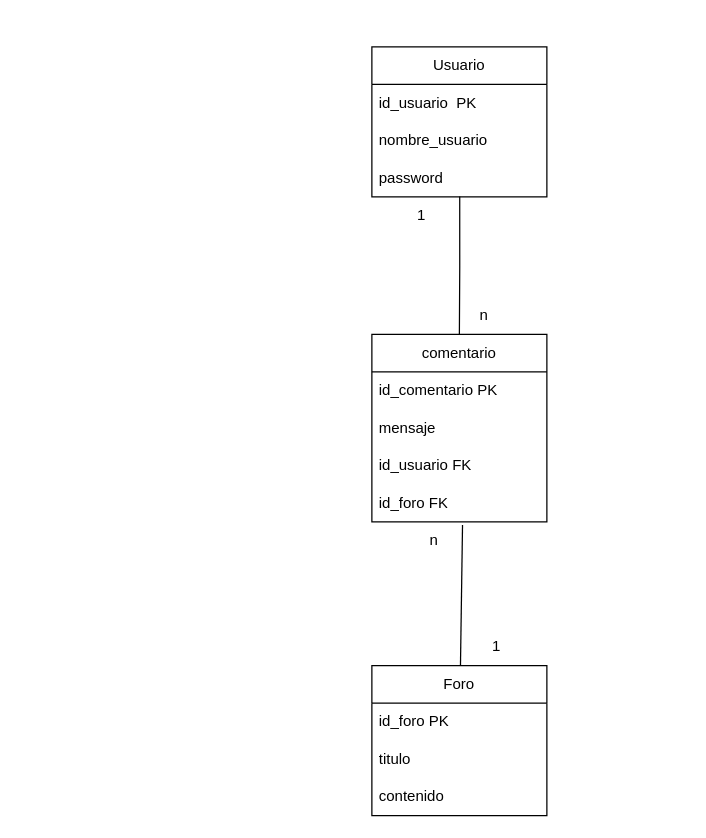
The draw.io diagram Proyecto_Ruben.drawio in PedroDuarte49/Ferrol-ApiRest, before the edit. Source tidied: cells renumbered, new cells numbered last; positions are measured from the earlier drawing's top-left corner, leaving out a move shared by most shapes. Both pictures are drawn from the tidied source at 125%, with x=0, y=0 at pixel (371, 46).
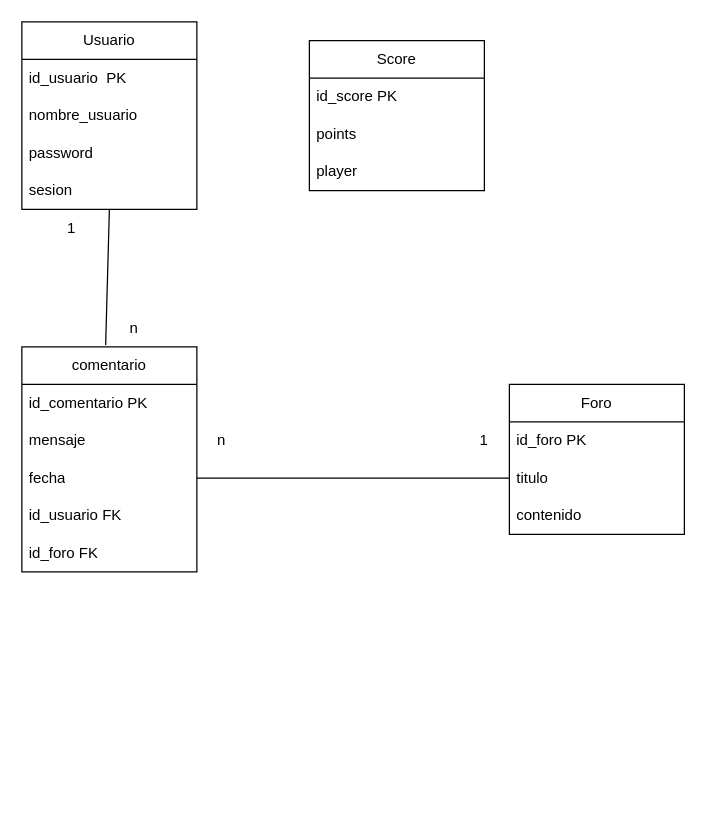
Above is the later version.

The change refers to these unchanged cells:
```xml
<mxCell id="5" value="password" style="text;strokeColor=none;fillColor=none;align=left;verticalAlign=middle;spacingLeft=4;spacingRight=4;overflow=hidden;points=[[0,0.5],[1,0.5]];portConstraint=eastwest;whiteSpace=wrap;html=1;" parent="2" vertex="1">
  <mxGeometry y="90" width="140" height="30" as="geometry" />
</mxCell>
<mxCell id="13" value="titulo" style="text;strokeColor=none;fillColor=none;align=left;verticalAlign=middle;spacingLeft=4;spacingRight=4;overflow=hidden;points=[[0,0.5],[1,0.5]];portConstraint=eastwest;whiteSpace=wrap;html=1;" parent="11" vertex="1">
  <mxGeometry y="60" width="140" height="30" as="geometry" />
</mxCell>
```

Diff of the diagram source:
```diff
@@
-<mxGraphModel background="#ffffff">
+<mxGraphModel>
@@
     <mxCell id="2" value="Usuario" style="swimlane;fontStyle=0;horizontal=1;startSize=30;whiteSpace=wrap;html=1;" parent="1" vertex="1">
-      <mxGeometry width="140" height="120" as="geometry" />
+      <mxGeometry x="-280" y="-20" width="140" height="150" as="geometry" />
     </mxCell>
@@
+    <mxCell id="21" value="sesion" style="text;strokeColor=none;fillColor=none;align=left;verticalAlign=middle;spacingLeft=4;spacingRight=4;overflow=hidden;whiteSpace=wrap;html=1;" parent="2" vertex="1">
+      <mxGeometry y="120" width="140" height="30" as="geometry" />
+    </mxCell>
     <mxCell id="6" value="comentario" style="swimlane;fontStyle=0;horizontal=1;startSize=30;whiteSpace=wrap;html=1;" parent="1" vertex="1">
-      <mxGeometry y="230" width="140" height="150" as="geometry" />
+      <mxGeometry x="-280" y="240" width="140" height="180" as="geometry" />
     </mxCell>
@@
+    <mxCell id="22" value="fecha" style="text;strokeColor=none;fillColor=none;align=left;verticalAlign=middle;spacingLeft=4;spacingRight=4;overflow=hidden;points=[[0,0.5],[1,0.5]];portConstraint=eastwest;whiteSpace=wrap;html=1;" parent="6" vertex="1">
+      <mxGeometry y="90" width="140" height="30" as="geometry" />
+    </mxCell>
     <mxCell id="9" value="id_usuario&lt;span style=&quot;background-color: transparent; color: light-dark(rgb(0, 0, 0), rgb(255, 255, 255));&quot;&gt;&amp;nbsp;F&lt;/span&gt;&lt;span style=&quot;background-color: transparent; color: light-dark(rgb(0, 0, 0), rgb(255, 255, 255));&quot;&gt;K&lt;/span&gt;" style="text;strokeColor=none;fillColor=none;align=left;verticalAlign=middle;spacingLeft=4;spacingRight=4;overflow=hidden;whiteSpace=wrap;html=1;" parent="6" vertex="1">
-      <mxGeometry y="90" width="140" height="30" as="geometry" />
+      <mxGeometry y="120" width="140" height="30" as="geometry" />
     </mxCell>
     <mxCell id="10" value="id_foro&lt;span style=&quot;background-color: transparent; color: light-dark(rgb(0, 0, 0), rgb(255, 255, 255));&quot;&gt;&amp;nbsp;F&lt;/span&gt;&lt;span style=&quot;background-color: transparent; color: light-dark(rgb(0, 0, 0), rgb(255, 255, 255));&quot;&gt;K&lt;/span&gt;" style="text;strokeColor=none;fillColor=none;align=left;verticalAlign=middle;spacingLeft=4;spacingRight=4;overflow=hidden;points=[[0,0.5],[1,0.5]];portConstraint=eastwest;whiteSpace=wrap;html=1;" parent="6" vertex="1">
-      <mxGeometry y="120" width="140" height="30" as="geometry" />
+      <mxGeometry y="150" width="140" height="30" as="geometry" />
     </mxCell>
     <mxCell id="11" value="Foro" style="swimlane;fontStyle=0;horizontal=1;startSize=30;whiteSpace=wrap;html=1;" parent="1" vertex="1">
-      <mxGeometry y="495" width="140" height="120" as="geometry" />
+      <mxGeometry x="110" y="270" width="140" height="120" as="geometry" />
     </mxCell>
@@
-    <mxCell id="15" style="edgeStyle=orthogonalEdgeStyle;rounded=0;jettySize=auto;html=1;entryX=0.5;entryY=0;entryDx=0;entryDy=0;endArrow=none;endFill=0;exitX=0.502;exitY=0.99;exitDx=0;exitDy=0;exitPerimeter=0;" parent="1" edge="1" source="5" target="6">
-      <mxGeometry relative="1" as="geometry" />
-    </mxCell>
-    <mxCell id="16" value="n" style="text;html=1;whiteSpace=wrap;strokeColor=none;fillColor=none;align=center;verticalAlign=middle;rounded=0;" parent="1" vertex="1">
-      <mxGeometry x="60" y="200" width="60" height="30" as="geometry" />
-    </mxCell>
-    <mxCell id="17" value="1" style="text;html=1;whiteSpace=wrap;strokeColor=none;fillColor=none;align=center;verticalAlign=middle;rounded=0;" parent="1" vertex="1">
-      <mxGeometry x="10" y="120" width="60" height="30" as="geometry" />
-    </mxCell>
-    <mxCell id="18" style="rounded=0;jettySize=auto;html=1;endArrow=none;endFill=0;entryX=0.518;entryY=1.086;entryDx=0;entryDy=0;entryPerimeter=0;" parent="1" edge="1" source="11" target="10">
-      <mxGeometry relative="1" as="geometry" />
-    </mxCell>
-    <mxCell id="19" value="n" style="text;html=1;whiteSpace=wrap;strokeColor=none;fillColor=none;align=center;verticalAlign=middle;rounded=0;" parent="1" vertex="1">
-      <mxGeometry x="20" y="380" width="60" height="30" as="geometry" />
-    </mxCell>
-    <mxCell id="20" value="1" style="text;html=1;whiteSpace=wrap;strokeColor=none;fillColor=none;align=center;verticalAlign=middle;rounded=0;" parent="1" vertex="1">
-      <mxGeometry x="70" y="465" width="60" height="30" as="geometry" />
-    </mxCell>
+    <mxCell id="23" value="n" style="text;html=1;whiteSpace=wrap;strokeColor=none;fillColor=none;align=center;verticalAlign=middle;rounded=0;" parent="1" vertex="1">
+      <mxGeometry x="-220" y="210" width="60" height="30" as="geometry" />
+    </mxCell>
+    <mxCell id="24" value="1" style="text;html=1;whiteSpace=wrap;strokeColor=none;fillColor=none;align=center;verticalAlign=middle;rounded=0;" parent="1" vertex="1">
+      <mxGeometry x="-270" y="130" width="60" height="30" as="geometry" />
+    </mxCell>
+    <mxCell id="25" style="rounded=0;jettySize=auto;html=1;endArrow=none;endFill=0;entryX=1;entryY=0.5;entryDx=0;entryDy=0;exitX=0;exitY=0.5;exitDx=0;exitDy=0;" parent="1" edge="1" source="13" target="22">
+      <mxGeometry relative="1" as="geometry" />
+    </mxCell>
+    <mxCell id="26" value="n" style="text;html=1;whiteSpace=wrap;strokeColor=none;fillColor=none;align=center;verticalAlign=middle;rounded=0;" parent="1" vertex="1">
+      <mxGeometry x="-150" y="300" width="60" height="30" as="geometry" />
+    </mxCell>
+    <mxCell id="27" value="1" style="text;html=1;whiteSpace=wrap;strokeColor=none;fillColor=none;align=center;verticalAlign=middle;rounded=0;" parent="1" vertex="1">
+      <mxGeometry x="60" y="300" width="60" height="30" as="geometry" />
+    </mxCell>
+    <mxCell id="28" value="Score" style="swimlane;fontStyle=0;horizontal=1;startSize=30;whiteSpace=wrap;html=1;" parent="1" vertex="1">
+      <mxGeometry x="-50" y="-5" width="140" height="120" as="geometry" />
+    </mxCell>
+    <mxCell id="29" value="id_score PK" style="text;strokeColor=none;fillColor=none;align=left;verticalAlign=middle;spacingLeft=4;spacingRight=4;overflow=hidden;whiteSpace=wrap;html=1;" parent="28" vertex="1">
+      <mxGeometry y="30" width="140" height="30" as="geometry" />
+    </mxCell>
+    <mxCell id="30" value="points" style="text;strokeColor=none;fillColor=none;align=left;verticalAlign=middle;spacingLeft=4;spacingRight=4;overflow=hidden;whiteSpace=wrap;html=1;" parent="28" vertex="1">
+      <mxGeometry y="60" width="140" height="30" as="geometry" />
+    </mxCell>
+    <mxCell id="31" value="player" style="text;strokeColor=none;fillColor=none;align=left;verticalAlign=middle;spacingLeft=4;spacingRight=4;overflow=hidden;whiteSpace=wrap;html=1;" parent="28" vertex="1">
+      <mxGeometry y="90" width="140" height="30" as="geometry" />
+    </mxCell>
+    <mxCell id="32" style="endArrow=none;html=1;rounded=0;exitX=0.117;exitY=0.953;exitDx=0;exitDy=0;entryX=1;entryY=0;entryDx=0;entryDy=0;exitPerimeter=0;" parent="1" edge="1" source="23" target="24">
+      <mxGeometry relative="1" as="geometry" />
+    </mxCell>
```
